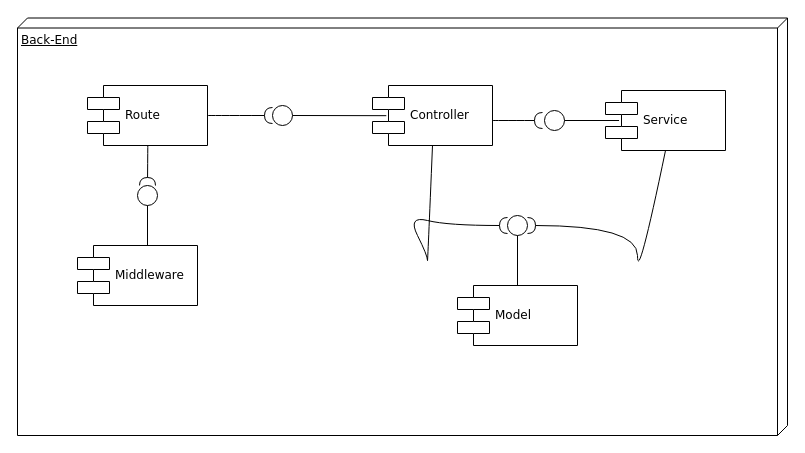
alibedair/Graduation-Project keeps this draw.io diagram as Craftopia/Component digram.drawio. Above is the earlier version. Source tidied: cells renumbered, new cells numbered last; positions are measured from the earlier drawing's top-left corner, leaving out a move shared by most shapes. Both pictures are drawn from the tidied source at 100%, with x=0, y=0 at pixel (17, 17).
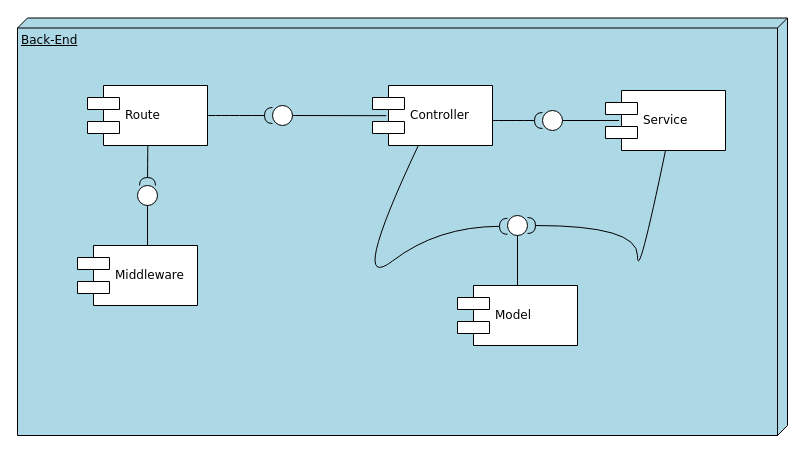
The same page after the edit.

The change refers to these unchanged cells:
```xml
<mxCell id="3" value="Controller" style="shape=component;align=left;spacingLeft=36;rounded=0;shadow=0;comic=0;labelBackgroundColor=none;strokeWidth=1;fontFamily=Verdana;fontSize=12;html=1;" parent="1" vertex="1">
  <mxGeometry x="355" y="68" width="120" height="60" as="geometry" />
</mxCell>
<mxCell id="15" style="ellipse;whiteSpace=wrap;html=1;rounded=0;shadow=0;comic=0;labelBackgroundColor=none;strokeWidth=1;fontFamily=Verdana;fontSize=12;align=center;" parent="1" vertex="1">
  <mxGeometry x="490" y="198" width="20" height="20" as="geometry" />
</mxCell>
```

Change to the diagram source:
```diff
@@
-    <mxCell id="2" value="Back-End" style="verticalAlign=top;align=left;spacingTop=8;spacingLeft=2;spacingRight=12;shape=cube;size=10;direction=south;fontStyle=4;html=1;rounded=0;shadow=0;comic=0;labelBackgroundColor=none;strokeWidth=1;fontFamily=Verdana;fontSize=12;" parent="1" vertex="1">
+    <mxCell id="2" value="Back-End" style="verticalAlign=top;align=left;spacingTop=8;spacingLeft=2;spacingRight=12;shape=cube;size=10;direction=south;fontStyle=4;html=1;rounded=0;shadow=0;comic=0;labelBackgroundColor=none;strokeWidth=1;fontFamily=Verdana;fontSize=12;fillColor=#ADD8E6;" parent="1" vertex="1">
       <mxGeometry y="0.5" width="770" height="417.5" as="geometry" />
     </mxCell>
@@
     <mxCell id="16" style="ellipse;whiteSpace=wrap;html=1;rounded=0;shadow=0;comic=0;labelBackgroundColor=none;strokeWidth=1;fontFamily=Verdana;fontSize=12;align=center;" parent="1" vertex="1">
-      <mxGeometry x="527" y="93" width="20" height="20" as="geometry" />
+      <mxGeometry x="525" y="93" width="20" height="20" as="geometry" />
     </mxCell>
@@
-    <mxCell id="20" style="rounded=0;jettySize=auto;html=1;endArrow=halfCircle;endFill=0;endSize=6;strokeWidth=1;sketch=0;fontSize=12;curved=1;exitX=0.5;exitY=1;exitDx=0;exitDy=0;entryX=0;entryY=0.5;entryDx=0;entryDy=0;" parent="1" edge="1" source="3" target="15">
-      <mxGeometry relative="1" as="geometry">
-        <Array as="points">
-          <mxPoint x="410" y="248" />
-          <mxPoint x="410" y="238" />
-          <mxPoint x="390" y="198" />
-          <mxPoint x="430" y="208" />
-        </Array>
-      </mxGeometry>
-    </mxCell>
@@
+    <mxCell id="22" style="rounded=0;jettySize=auto;html=1;endArrow=halfCircle;endFill=0;endSize=6;strokeWidth=1;sketch=0;fontSize=12;curved=1;" parent="1" edge="1" source="3">
+      <mxGeometry relative="1" as="geometry">
+        <mxPoint x="490" y="208.8" as="targetPoint" />
+        <Array as="points">
+          <mxPoint x="330" y="278" />
+          <mxPoint x="420" y="209" />
+        </Array>
+      </mxGeometry>
+    </mxCell>
```
